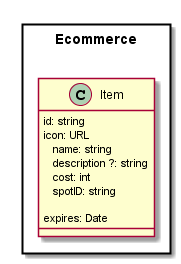
reTHINK-project/specs keeps this PlantUML diagram as datamodel/data-objects/ecommerce/Ecommerce-Data-Object-Model.png. Above is the earlier version.
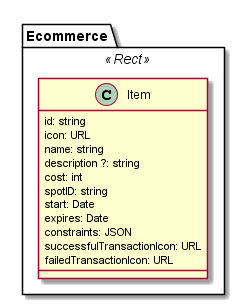
The same diagram one commit later.

Commit message:
eCommerce: added attributes to constrain items spent

The edit, as a diff of the source:
```diff
@@ -9,7 +9,12 @@
 	    description ?: string
 	    cost: int
 	    spotID: string
+		start: Date
     	expires: Date
+		constraints: JSON
+		successfulTransactionIcon: URL
+		failedTransactionIcon: URL
+
 	}
 }
 
```
